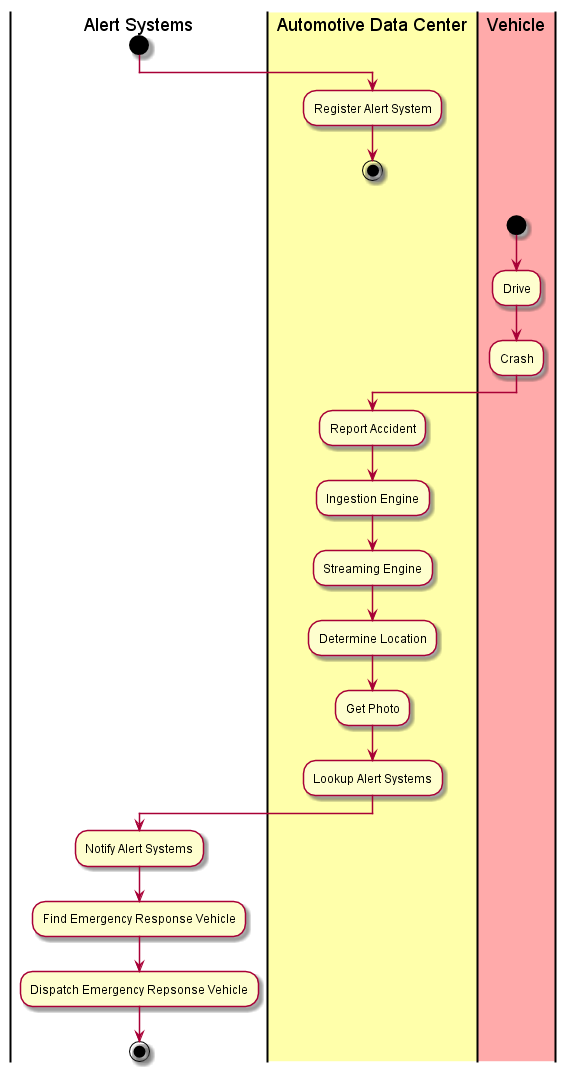
Above: docs/Actors/Alert-Systems/Workflow.png in CAADE/ADC (PlantUML), before the change.
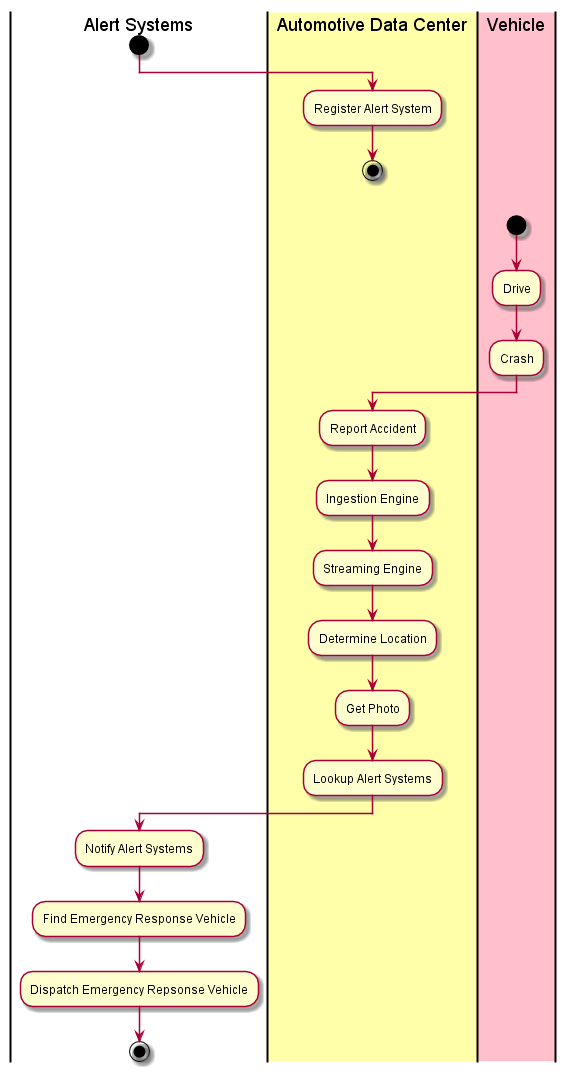
The same diagram one commit later.

Change to the diagram source:
```diff
@@ -4,7 +4,7 @@
 |#ffffaa|Automotive Data Center|
 :Register Alert System;
 stop
-|#ffaaaa|Vehicle|
+|#pink|Vehicle|
 start
 :Drive;
 :Crash;
```
